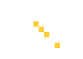
Earlier version of the Graphviz export Fase2_EDD/Logrado.png (FranklinONP/EDD_PROYECTO_202200089). Its source is kept beside it as Fase2_EDD/Logrado.dot.
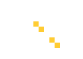
After the commit.

Change to the diagram source:
```diff
@@ -44,7 +44,7 @@
         <td></td>
         <td></td>
         <td></td>
-        <td bgcolor="#FFCC33"></td>
+        <td></td>
         <td></td>
         <td></td>
       </tr>
@@ -54,7 +54,7 @@
         <td></td>
         <td></td>
         <td></td>
-        <td></td>
+        <td bgcolor="#FFCC33"></td>
         <td></td>
       </tr>
       <tr>
```
